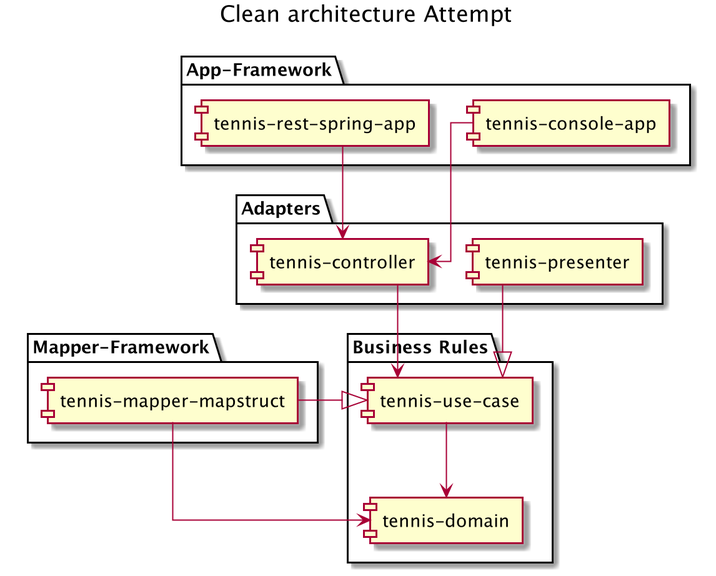
Earlier version of the PlantUML export CleanArchitectureAttempt.png (Sims07/simulateur-match-tennis).
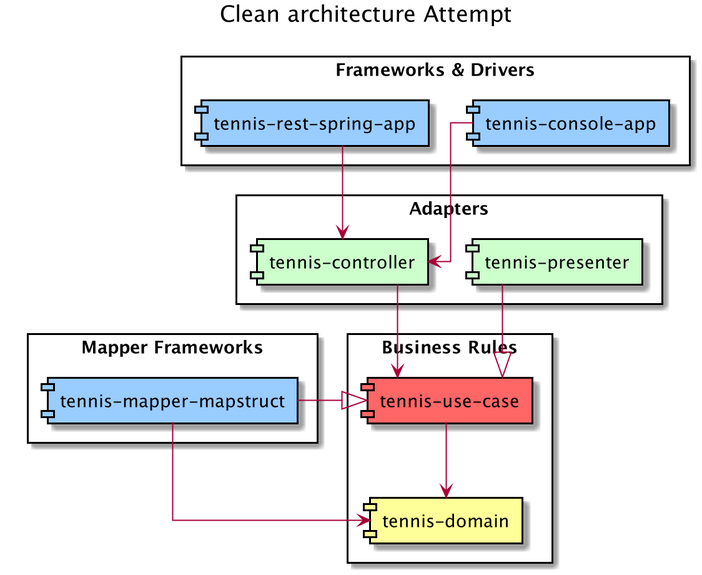
Later version of the same file.

Commit message:
Extract mapper framework from business rules

Diff of the diagram source:
```diff
@@ -1,24 +1,27 @@
 @startuml
 skinparam linetype ortho
+skinparam component {
+    BorderColor #000000
+}
 title Clean architecture Attempt
 
-package "Business Rules" {
-[tennis-use-case] as uc
-[tennis-domain] as domain
+rectangle "Business Rules" {
+[tennis-use-case] as uc #ff6666
+[tennis-domain] as domain #ffff99
 }
 
-package "App-Framework" {
-[tennis-console-app] as consoleApp
-[tennis-rest-spring-app] as restSpringApp
+rectangle "Frameworks & Drivers" {
+[tennis-console-app] as consoleApp #99ccff
+[tennis-rest-spring-app] as restSpringApp #99ccff
 }
 
-package "Mapper-Framework" {
-[tennis-mapper-mapstruct] as mapper
+rectangle "Mapper Frameworks" {
+[tennis-mapper-mapstruct] as mapper #99ccff
 }
 
-package "Adapters" {
-[tennis-presenter] as presenter
-[tennis-controller] as controller
+rectangle "Adapters" {
+[tennis-presenter] as presenter #ccffcc
+[tennis-controller] as controller #ccffcc
 }
 
 consoleApp -D-> controller
```
